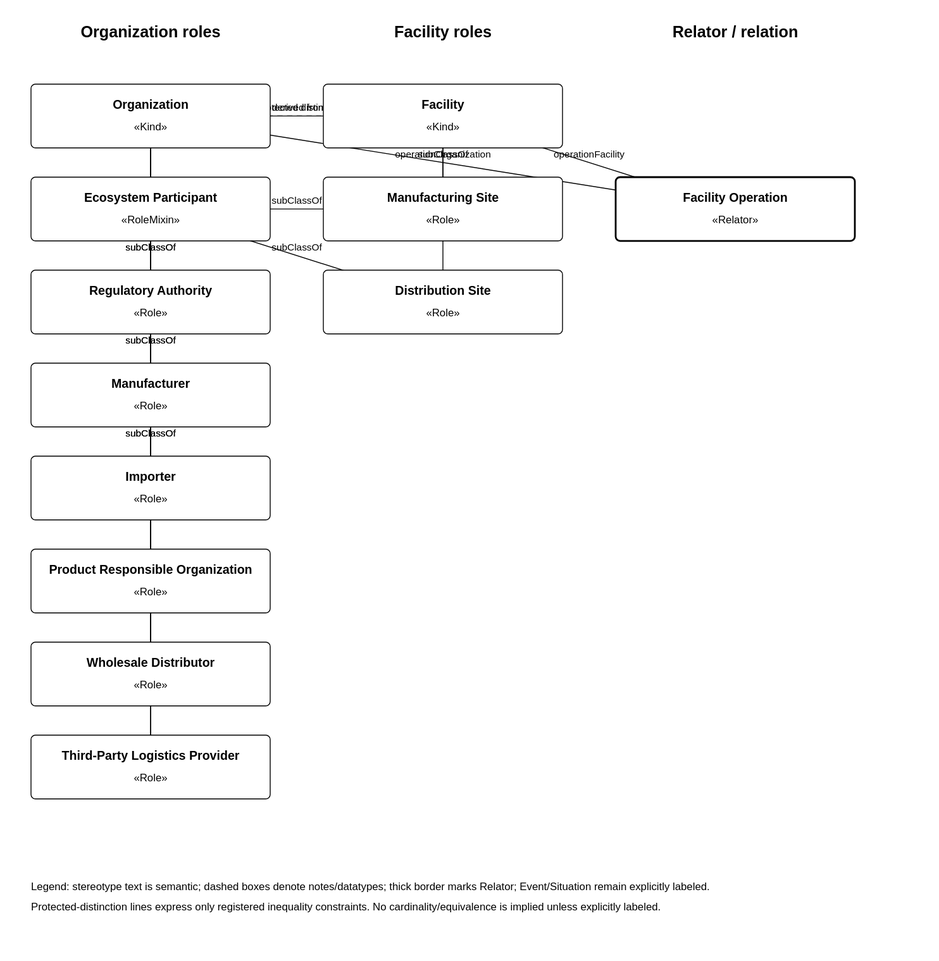
Above: wiki-src/diagrams/rendered/ontology/DGM-ONT-004--ecosystem-organization-and-facility-operations.svg in ArazSaieArasi3/CM-PharmE (PlantUML), before the change. Its source is kept beside it as wiki-src/diagrams/source/ontology/DGM-ONT-004--ecosystem-organization-and-facility-operations.puml.
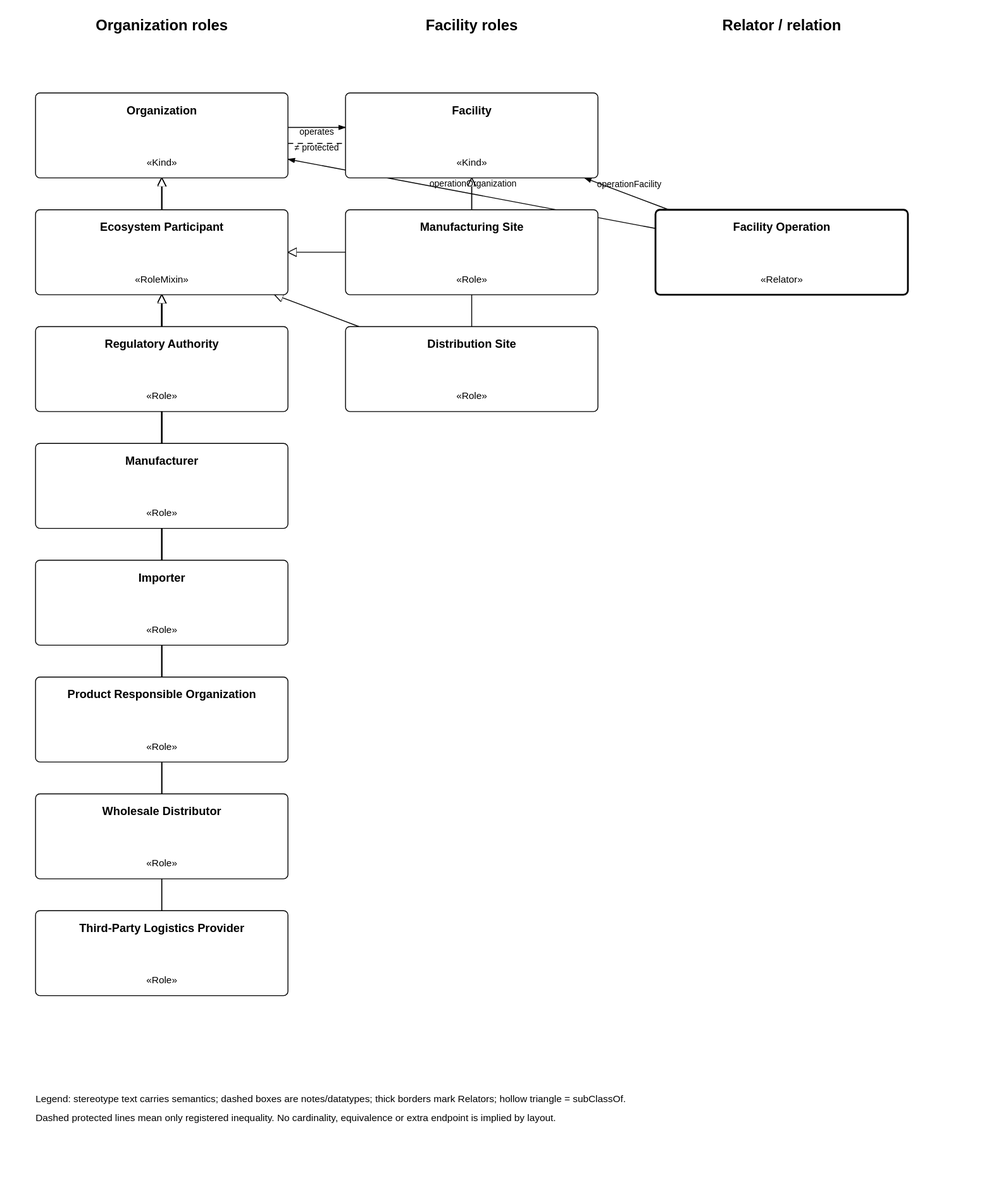
The same diagram one commit later.

What changed in the source:
```diff
@@ -31,7 +31,7 @@
 ManufacturingSiteRole --|> EcosystemParticipant : subClassOf
 DistributionSiteRole --|> Facility : subClassOf
 DistributionSiteRole --|> EcosystemParticipant : subClassOf
-Organization --> Facility : operates «material; derived from FacilityOperation»
+Organization --> Facility : operates
 FacilityOperation --> Organization : operationOrganization
 FacilityOperation --> Facility : operationFacility
 Organization .. Facility : ≠ protected distinction
```
